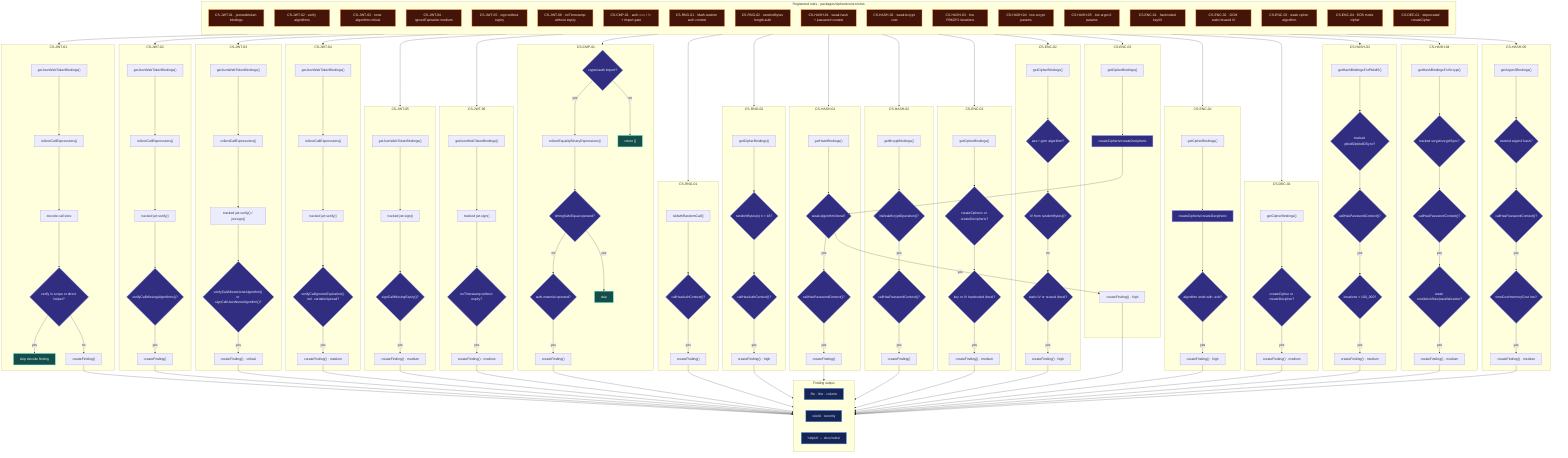
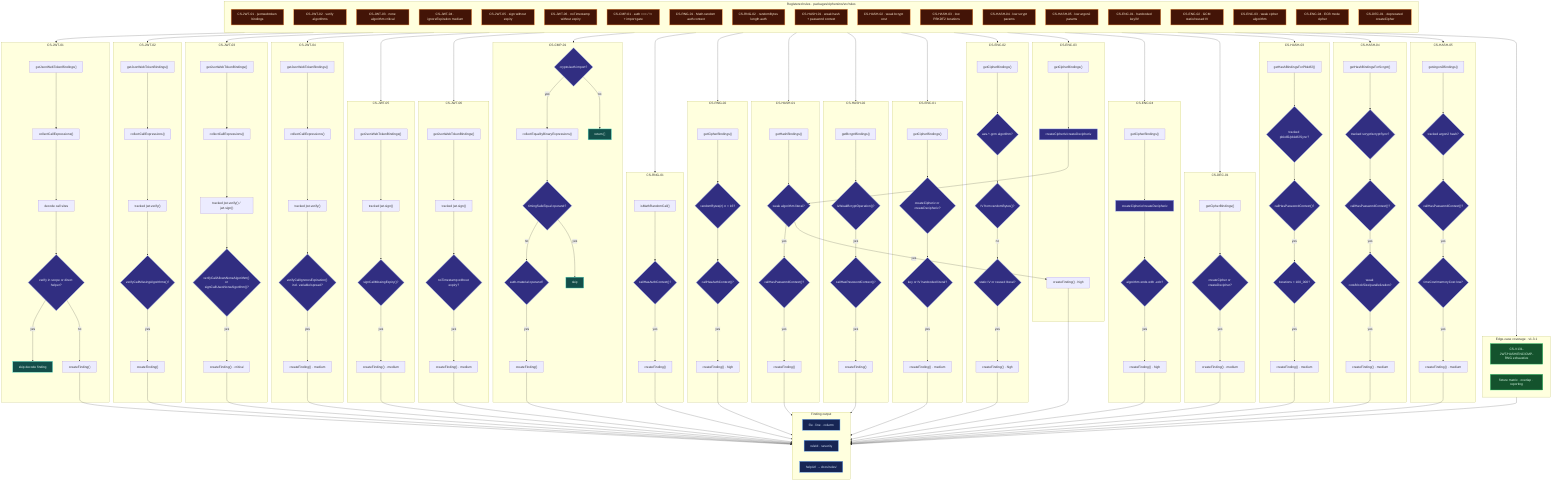
flowchart TB
	subgraph RULES["Registered rules · packages/ciphersins/src/rules"]
		direction TB
		JWT["CS-JWT-01 · jsonwebtoken bindings"]
		JWT2["CS-JWT-02 · verify algorithms"]
		JWT3["CS-JWT-03 · none algorithm critical"]
		JWT4["CS-JWT-04 · ignoreExpiration medium"]
		JWT5["CS-JWT-05 · sign without expiry"]
		JWT6["CS-JWT-06 · noTimestamp without expiry"]
		CMP["CS-CMP-01 · auth === / != + import gate"]
		RNG["CS-RNG-01 · Math.random auth context"]
		RNG2["CS-RNG-02 · randomBytes length auth"]
		HASH["CS-HASH-01 · weak hash + password context"]
		HASH2["CS-HASH-02 · weak bcrypt cost"]
		HASH3["CS-HASH-03 · low PBKDF2 iterations"]
		HASH4["CS-HASH-04 · low scrypt params"]
		HASH5["CS-HASH-05 · low argon2 params"]
		ENC1["CS-ENC-01 · hardcoded key/IV"]
		ENC2["CS-ENC-02 · GCM static/reused IV"]
		ENC3["CS-ENC-03 · weak cipher algorithm"]
		ENC4["CS-ENC-04 · ECB mode cipher"]
		DEC1["CS-DEC-01 · deprecated createCipher"]
	end

	subgraph JWT_FLOW["CS-JWT-01"]
		BIND["getJsonWebTokenBindings()"]
		WALK["collectCallExpressions()"]
		VERIFY{"verify in scope or direct helper?"}
		DECODE["decode call sites"]
		BIND --> WALK --> DECODE --> VERIFY
		VERIFY -->|yes| JCLEAN["skip decode finding"]
		VERIFY -->|no| JFIND["createFinding()"]
	end

	subgraph JWT2_FLOW["CS-JWT-02"]
		BIND2["getJsonWebTokenBindings()"]
		WALK2["collectCallExpressions()"]
		VMATCH["tracked jwt.verify()"]
		VALG{"verifyCallMissingAlgorithms()?"}
		BIND2 --> WALK2 --> VMATCH --> VALG
		VALG -->|yes| J2FIND["createFinding()"]
	end

	subgraph JWT3_FLOW["CS-JWT-03"]
		BIND3["getJsonWebTokenBindings()"]
		WALK3["collectCallExpressions()"]
		VSMATCH["tracked jwt.verify() / jwt.sign()"]
		VNONE{"verifyCallAllowsNoneAlgorithm() or signCallUsesNoneAlgorithm()?"}
		BIND3 --> WALK3 --> VSMATCH --> VNONE
		VNONE -->|yes| J3FIND["createFinding() · critical"]
	end

	subgraph JWT4_FLOW["CS-JWT-04"]
		BIND4["getJsonWebTokenBindings()"]
		WALK4["collectCallExpressions()"]
		VMATCH4["tracked jwt.verify()"]
		VEXP{"verifyCallIgnoresExpiration() incl. variable/spread?"}
		BIND4 --> WALK4 --> VMATCH4 --> VEXP
		VEXP -->|yes| J4FIND["createFinding() · medium"]
	end

	subgraph CMP_FLOW["CS-CMP-01"]
		GATE{"crypto/auth import?"}
		BIN["collectEqualityBinaryExpressions()"]
		AUTH{"auth-material operand?"}
		SAFE{"timingSafeEqual operand?"}
		GATE -->|no| CCLEAN["return []"]
		GATE -->|yes| BIN --> SAFE
		SAFE -->|yes| CSKIP["skip"]
		SAFE -->|no| AUTH -->|yes| CFIND["createFinding()"]
	end

	subgraph RNG_FLOW["CS-RNG-01"]
		MR["isMathRandomCall()"]
		CTX{"callHasAuthContext()?"}
		MR --> CTX
		CTX -->|yes| RFIND["createFinding()"]
	end

	subgraph HASH_FLOW["CS-HASH-01"]
		HBIND["getHashBindings()"]
		WEAK{"isWeakHashOperation()?"}
		PWD{"callHasPasswordContext()?"}
		HBIND --> WEAK
		WEAK -->|yes| PWD
		PWD -->|yes| HFIND["createFinding()"]
	end

	subgraph HASH2_FLOW["CS-HASH-02"]
		BBIND["getBcryptBindings()"]
		COST{"isWeakBcryptOperation()?"}
		PWD2{"callHasPasswordContext()?"}
		BBIND --> COST
		COST -->|yes| PWD2
		PWD2 -->|yes| H2FIND["createFinding()"]
	end

	subgraph ENC1_FLOW["CS-ENC-01"]
		CBIND["getCipherBindings()"]
		CIV{"createCipheriv or createDecipheriv?"}
		HARD{"key or IV hardcoded literal?"}
		CBIND --> CIV --> HARD
		HARD -->|yes| E1FIND["createFinding() · medium"]
	end

	subgraph ENC2_FLOW["CS-ENC-02"]
		CBIND2["getCipherBindings()"]
		GCM{"aes-*-gcm algorithm?"}
		RAND{"IV from randomBytes()?"}
		REUSE{"static IV or reused literal?"}
		CBIND2 --> GCM --> RAND
		RAND -->|no| REUSE
		REUSE -->|yes| E2FIND["createFinding() · high"]
	end

	subgraph DEC1_FLOW["CS-DEC-01"]
		CBIND3["getCipherBindings()"]
		DEP{"createCipher or createDecipher?"}
		CBIND3 --> DEP
		DEP -->|yes| D1FIND["createFinding() · medium"]
	end

	subgraph HASH3_FLOW["CS-HASH-03"]
		HBIND3["getHashBindingsForPbkdf2()"]
		PBK{"tracked pbkdf2/pbkdf2Sync?"}
		PWD3{"callHasPasswordContext()?"}
		ITER{"iterations < 100_000?"}
		HBIND3 --> PBK --> PWD3
		PWD3 -->|yes| ITER
		ITER -->|yes| H3FIND["createFinding() · medium"]
	end

	subgraph HASH4_FLOW["CS-HASH-04"]
		HBIND4["getHashBindingsForScrypt()"]
		SCR{"tracked scrypt/scryptSync?"}
		PWD4{"callHasPasswordContext()?"}
		WSCRYPT{"weak cost/blockSize/parallelization?"}
		HBIND4 --> SCR --> PWD4
		PWD4 -->|yes| WSCRYPT
		WSCRYPT -->|yes| H4FIND["createFinding() · medium"]
	end

	subgraph HASH5_FLOW["CS-HASH-05"]
		ABIND["getArgon2Bindings()"]
		AHASH{"tracked argon2 hash?"}
		PWD5{"callHasPasswordContext()?"}
		WARGON{"timeCost/memoryCost low?"}
		ABIND --> AHASH --> PWD5
		PWD5 -->|yes| WARGON
		WARGON -->|yes| H5FIND["createFinding() · medium"]
	end

	subgraph ENC3_FLOW["CS-ENC-03"]
		CBIND4["getCipherBindings()"]
		WEAK{"weak algorithm literal?"}
		CBIND4 --> CIV2["createCipheriv/createDecipheriv"] --> WEAK
		WEAK -->|yes| E3FIND["createFinding() · high"]
	end

	subgraph ENC4_FLOW["CS-ENC-04"]
		CBIND5["getCipherBindings()"]
		ECB{"algorithm ends with -ecb?"}
		CBIND5 --> CIV3["createCipheriv/createDecipheriv"] --> ECB
		ECB -->|yes| E4FIND["createFinding() · high"]
	end

	subgraph JWT5_FLOW["CS-JWT-05"]
		BIND5["getJsonWebTokenBindings()"]
		SIGN["tracked jwt.sign()"]
		EXP{"signCallMissingExpiry()?"}
		BIND5 --> SIGN --> EXP
		EXP -->|yes| J5FIND["createFinding() · medium"]
	end

	subgraph JWT6_FLOW["CS-JWT-06"]
		BIND6["getJsonWebTokenBindings()"]
		SIGN2["tracked jwt.sign()"]
		NTS{"noTimestamp without expiry?"}
		BIND6 --> SIGN2 --> NTS
		NTS -->|yes| J6FIND["createFinding() · medium"]
	end

	subgraph RNG2_FLOW["CS-RNG-02"]
		RBIND["getCipherBindings()"]
		SHORT{"randomBytes(n) n < 16?"}
		AUTH2{"callHasAuthContext()?"}
		RBIND --> SHORT --> AUTH2
		AUTH2 -->|yes| R2FIND["createFinding() · high"]
+ 	end
+ 
+ 	subgraph QA["Edge-case coverage · v1.3.1"]
+ 		direction LR
+ 		V131["CS-V131-JWT/HASH/ENC/CMP-RNG exhaustive"]
+ 		MTRX["fixture matrix · overlap · reporting"]
	end

	subgraph REPORT["Finding output"]
		direction LR
		LOC["file · line · column"]
		MSG["ruleId · severity"]
		DOC["helpUrl → docs/rules/"]
	end

	JWT --> JWT_FLOW
	JWT2 --> JWT2_FLOW
	JWT3 --> JWT3_FLOW
	JWT4 --> JWT4_FLOW
	JWT5 --> JWT5_FLOW
	JWT6 --> JWT6_FLOW
	CMP --> CMP_FLOW
	RNG --> RNG_FLOW
	RNG2 --> RNG2_FLOW
	HASH --> HASH_FLOW
	HASH2 --> HASH2_FLOW
	ENC1 --> ENC1_FLOW
	ENC2 --> ENC2_FLOW
	ENC3 --> ENC3_FLOW
	ENC4 --> ENC4_FLOW
	DEC1 --> DEC1_FLOW
	HASH3 --> HASH3_FLOW
	HASH4 --> HASH4_FLOW
	HASH5 --> HASH5_FLOW
	JFIND --> REPORT
	J2FIND --> REPORT
	J3FIND --> REPORT
	J4FIND --> REPORT
	J5FIND --> REPORT
	J6FIND --> REPORT
	CFIND --> REPORT
	RFIND --> REPORT
	R2FIND --> REPORT
	HFIND --> REPORT
	H2FIND --> REPORT
	E1FIND --> REPORT
	E2FIND --> REPORT
	E3FIND --> REPORT
	E4FIND --> REPORT
	D1FIND --> REPORT
	H3FIND --> REPORT
	H4FIND --> REPORT
	H5FIND --> REPORT
+ 	RULES --> QA
+ 	V131 --> REPORT

	classDef rule fill:#431407,stroke:#fb923c,stroke-width:2px,color:#ffedd5
	classDef decision fill:#312e81,stroke:#a5b4fc,stroke-width:2px,color:#eef2ff
	classDef clean fill:#134e4a,stroke:#5eead4,stroke-width:2px,color:#f0fdfa
	classDef report fill:#172554,stroke:#60a5fa,stroke-width:2px,color:#dbeafe

	class JWT,JWT2,JWT3,JWT4,JWT5,JWT6,CMP,RNG,RNG2,HASH,HASH2,HASH3,HASH4,HASH5,ENC1,ENC2,ENC3,ENC4,DEC1 rule
	class VERIFY,GATE,AUTH,SAFE,CTX,WEAK,PWD,COST,PWD2,VALG,VNONE,VEXP,CIV,HARD,GCM,RAND,REUSE,DEP,PBK,PWD3,ITER,SCR,PWD4,WSCRYPT,AHASH,PWD5,WARGON,WEAK,ECB,EXP,NTS,SHORT,AUTH2,CIV2,CIV3 decision
	class JCLEAN,CCLEAN,CSKIP clean
	class LOC,MSG,DOC report
+ 	class V131,MTRX qa
+ 
+ 	classDef qa fill:#14532d,stroke:#4ade80,stroke-width:2px,color:#dcfce7
